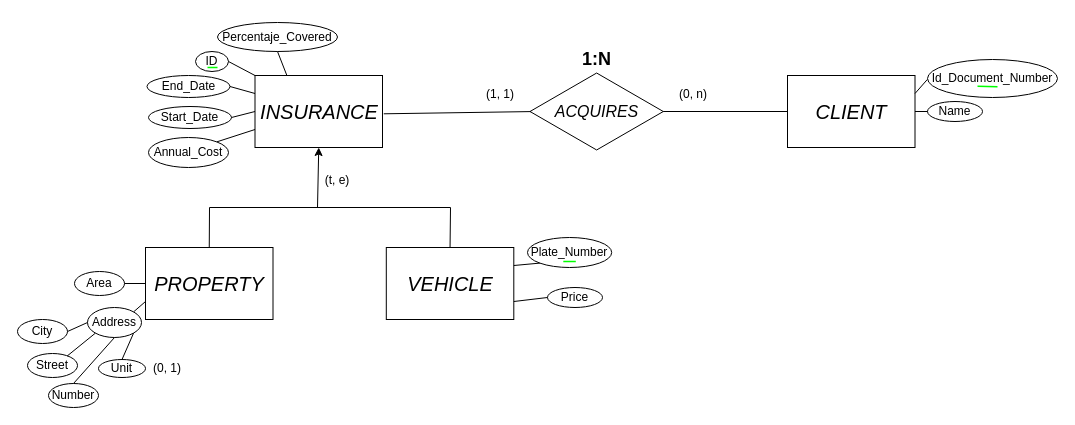
Above: Diseño de Bases de Datos Relacionales con MySQL/02 Diseño Conceptual/4to Ejercicio/Ejercicio4.drawio in D4nitrix13/DatabaseGuide (draw.io), before the change. Source tidied: cells renumbered, new cells numbered last; positions are measured from the earlier drawing's top-left corner, leaving out a move shared by most shapes. Both pictures are drawn from the tidied source at 100%, with x=0, y=0 at pixel (17, 22).
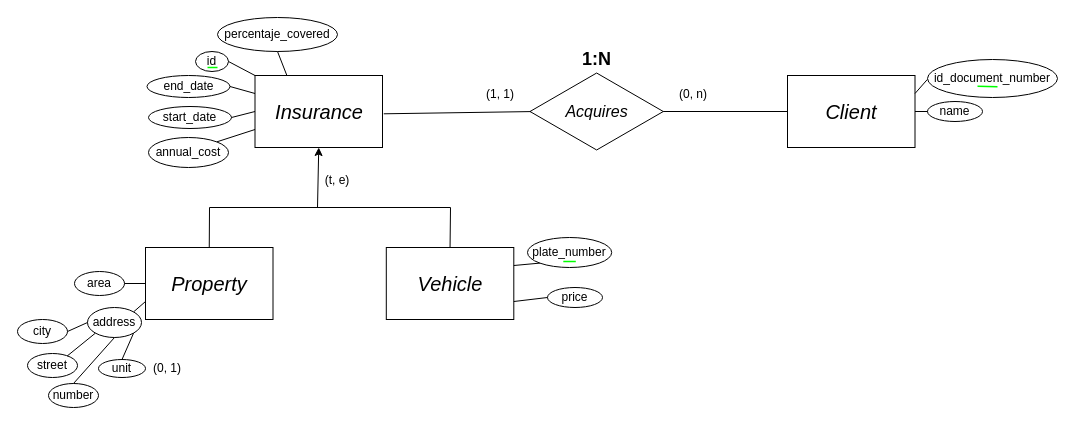
The same page after the edit.

Change to the diagram source:
```diff
@@
-    <mxCell id="2" value="Plate_Number" style="ellipse;whiteSpace=wrap;html=1;fillColor=none;" parent="1" vertex="1">
+    <mxCell id="2" value="plate_number" style="ellipse;whiteSpace=wrap;html=1;fillColor=none;" parent="1" vertex="1">
       <mxGeometry x="510" y="215" width="84.2" height="30" as="geometry" />
     </mxCell>
-    <mxCell id="3" value="&lt;span style=&quot;font-size: 20px;&quot;&gt;&lt;i&gt;INSURANCE&lt;/i&gt;&lt;/span&gt;" style="rounded=0;whiteSpace=wrap;html=1;fillColor=none;align=center;" parent="1" vertex="1">
+    <mxCell id="3" value="&lt;span style=&quot;font-size: 20px;&quot;&gt;&lt;i&gt;Insurance&lt;/i&gt;&lt;/span&gt;" style="rounded=0;whiteSpace=wrap;html=1;fillColor=none;align=center;" parent="1" vertex="1">
       <mxGeometry x="237.5" y="53" width="127.5" height="72" as="geometry" />
     </mxCell>
-    <mxCell id="4" value="&lt;i&gt;&lt;font style=&quot;font-size: 16px;&quot;&gt;ACQUIRES&lt;/font&gt;&lt;/i&gt;" style="html=1;whiteSpace=wrap;shape=isoRectangle;fillColor=none;" parent="1" vertex="1">
+    <mxCell id="4" value="&lt;i&gt;&lt;font style=&quot;font-size: 16px;&quot;&gt;Acquires&lt;/font&gt;&lt;/i&gt;" style="html=1;whiteSpace=wrap;shape=isoRectangle;fillColor=none;" parent="1" vertex="1">
       <mxGeometry x="512.5" y="49" width="133.3" height="80" as="geometry" />
     </mxCell>
@@
-    <mxCell id="10" value="&lt;span style=&quot;font-size: 20px;&quot;&gt;&lt;i&gt;CLIENT&lt;/i&gt;&lt;/span&gt;" style="rounded=0;whiteSpace=wrap;html=1;fillColor=none;align=center;" parent="1" vertex="1">
+    <mxCell id="10" value="&lt;span style=&quot;font-size: 20px;&quot;&gt;&lt;i&gt;Client&lt;/i&gt;&lt;/span&gt;" style="rounded=0;whiteSpace=wrap;html=1;fillColor=none;align=center;" parent="1" vertex="1">
       <mxGeometry x="770" y="53" width="127.5" height="72" as="geometry" />
     </mxCell>
@@
-    <mxCell id="20" value="&lt;span style=&quot;font-size: 20px;&quot;&gt;&lt;i&gt;PROPERTY&lt;/i&gt;&lt;/span&gt;" style="rounded=0;whiteSpace=wrap;html=1;fillColor=none;align=center;" parent="1" vertex="1">
+    <mxCell id="20" value="&lt;span style=&quot;font-size: 20px;&quot;&gt;&lt;i&gt;Property&lt;/i&gt;&lt;/span&gt;" style="rounded=0;whiteSpace=wrap;html=1;fillColor=none;align=center;" parent="1" vertex="1">
       <mxGeometry x="128" y="225" width="127.5" height="72" as="geometry" />
     </mxCell>
-    <mxCell id="21" value="&lt;span style=&quot;font-size: 20px;&quot;&gt;&lt;i&gt;VEHICLE&lt;/i&gt;&lt;/span&gt;" style="rounded=0;whiteSpace=wrap;html=1;fillColor=none;align=center;" parent="1" vertex="1">
+    <mxCell id="21" value="&lt;span style=&quot;font-size: 20px;&quot;&gt;&lt;i&gt;Vehicle&lt;/i&gt;&lt;/span&gt;" style="rounded=0;whiteSpace=wrap;html=1;fillColor=none;align=center;" parent="1" vertex="1">
       <mxGeometry x="368.8" y="225" width="127.5" height="72" as="geometry" />
     </mxCell>
@@
-    <mxCell id="27" value="Address" style="ellipse;whiteSpace=wrap;html=1;fillColor=none;" parent="1" vertex="1">
+    <mxCell id="27" value="address" style="ellipse;whiteSpace=wrap;html=1;fillColor=none;" parent="1" vertex="1">
       <mxGeometry x="70" y="285" width="54" height="30" as="geometry" />
     </mxCell>
@@
-    <mxCell id="36" value="Unit" style="ellipse;whiteSpace=wrap;html=1;fillColor=none;" parent="1" vertex="1">
+    <mxCell id="36" value="unit" style="ellipse;whiteSpace=wrap;html=1;fillColor=none;" parent="1" vertex="1">
       <mxGeometry x="81" y="337" width="47" height="18" as="geometry" />
     </mxCell>
-    <mxCell id="37" value="Number" style="ellipse;whiteSpace=wrap;html=1;fillColor=none;" parent="1" vertex="1">
+    <mxCell id="37" value="number" style="ellipse;whiteSpace=wrap;html=1;fillColor=none;" parent="1" vertex="1">
       <mxGeometry x="31" y="361" width="50" height="24" as="geometry" />
     </mxCell>
-    <mxCell id="38" value="Street" style="ellipse;whiteSpace=wrap;html=1;fillColor=none;" parent="1" vertex="1">
+    <mxCell id="38" value="street" style="ellipse;whiteSpace=wrap;html=1;fillColor=none;" parent="1" vertex="1">
       <mxGeometry x="10" y="331" width="50" height="24" as="geometry" />
     </mxCell>
-    <mxCell id="39" value="City" style="ellipse;whiteSpace=wrap;html=1;fillColor=none;" parent="1" vertex="1">
+    <mxCell id="39" value="city" style="ellipse;whiteSpace=wrap;html=1;fillColor=none;" parent="1" vertex="1">
       <mxGeometry y="297" width="50" height="24" as="geometry" />
     </mxCell>
-    <mxCell id="40" value="Area" style="ellipse;whiteSpace=wrap;html=1;fillColor=none;" parent="1" vertex="1">
+    <mxCell id="40" value="area" style="ellipse;whiteSpace=wrap;html=1;fillColor=none;" parent="1" vertex="1">
       <mxGeometry x="57" y="249" width="50" height="24" as="geometry" />
     </mxCell>
-    <mxCell id="41" value="Annual_Cost" style="ellipse;whiteSpace=wrap;html=1;fillColor=none;" parent="1" vertex="1">
+    <mxCell id="41" value="annual_cost" style="ellipse;whiteSpace=wrap;html=1;fillColor=none;" parent="1" vertex="1">
       <mxGeometry x="131" y="115" width="80" height="30" as="geometry" />
     </mxCell>
-    <mxCell id="42" value="Start_Date" style="ellipse;whiteSpace=wrap;html=1;fillColor=none;" parent="1" vertex="1">
+    <mxCell id="42" value="start_date" style="ellipse;whiteSpace=wrap;html=1;fillColor=none;" parent="1" vertex="1">
       <mxGeometry x="131" y="84" width="83" height="22" as="geometry" />
     </mxCell>
-    <mxCell id="43" value="End_Date" style="ellipse;whiteSpace=wrap;html=1;fillColor=none;" parent="1" vertex="1">
+    <mxCell id="43" value="end_date" style="ellipse;whiteSpace=wrap;html=1;fillColor=none;" parent="1" vertex="1">
       <mxGeometry x="129.5" y="53" width="83" height="22" as="geometry" />
     </mxCell>
-    <mxCell id="44" value="ID" style="ellipse;whiteSpace=wrap;html=1;fillColor=none;" parent="1" vertex="1">
+    <mxCell id="44" value="id" style="ellipse;whiteSpace=wrap;html=1;fillColor=none;" parent="1" vertex="1">
       <mxGeometry x="178" y="29" width="33" height="20" as="geometry" />
     </mxCell>
-    <mxCell id="45" value="Percentaje_Covered" style="ellipse;whiteSpace=wrap;html=1;fillColor=none;" parent="1" vertex="1">
-      <mxGeometry x="200" width="120" height="29" as="geometry" />
+    <mxCell id="45" value="percentaje_covered" style="ellipse;whiteSpace=wrap;html=1;fillColor=none;" parent="1" vertex="1">
+      <mxGeometry x="200" y="-5" width="120" height="34" as="geometry" />
     </mxCell>
-    <mxCell id="46" value="Price" style="ellipse;whiteSpace=wrap;html=1;fillColor=none;" parent="1" vertex="1">
+    <mxCell id="46" value="price" style="ellipse;whiteSpace=wrap;html=1;fillColor=none;" parent="1" vertex="1">
       <mxGeometry x="530" y="265" width="55" height="20" as="geometry" />
     </mxCell>
-    <mxCell id="47" value="Name" style="ellipse;whiteSpace=wrap;html=1;fillColor=none;" parent="1" vertex="1">
+    <mxCell id="47" value="name" style="ellipse;whiteSpace=wrap;html=1;fillColor=none;" parent="1" vertex="1">
       <mxGeometry x="910" y="79" width="55" height="20" as="geometry" />
     </mxCell>
-    <mxCell id="48" value="Id_Document_Number" style="ellipse;whiteSpace=wrap;html=1;fillColor=none;" parent="1" vertex="1">
+    <mxCell id="48" value="id_document_number" style="ellipse;whiteSpace=wrap;html=1;fillColor=none;" parent="1" vertex="1">
       <mxGeometry x="910" y="37" width="130" height="38" as="geometry" />
     </mxCell>
```
